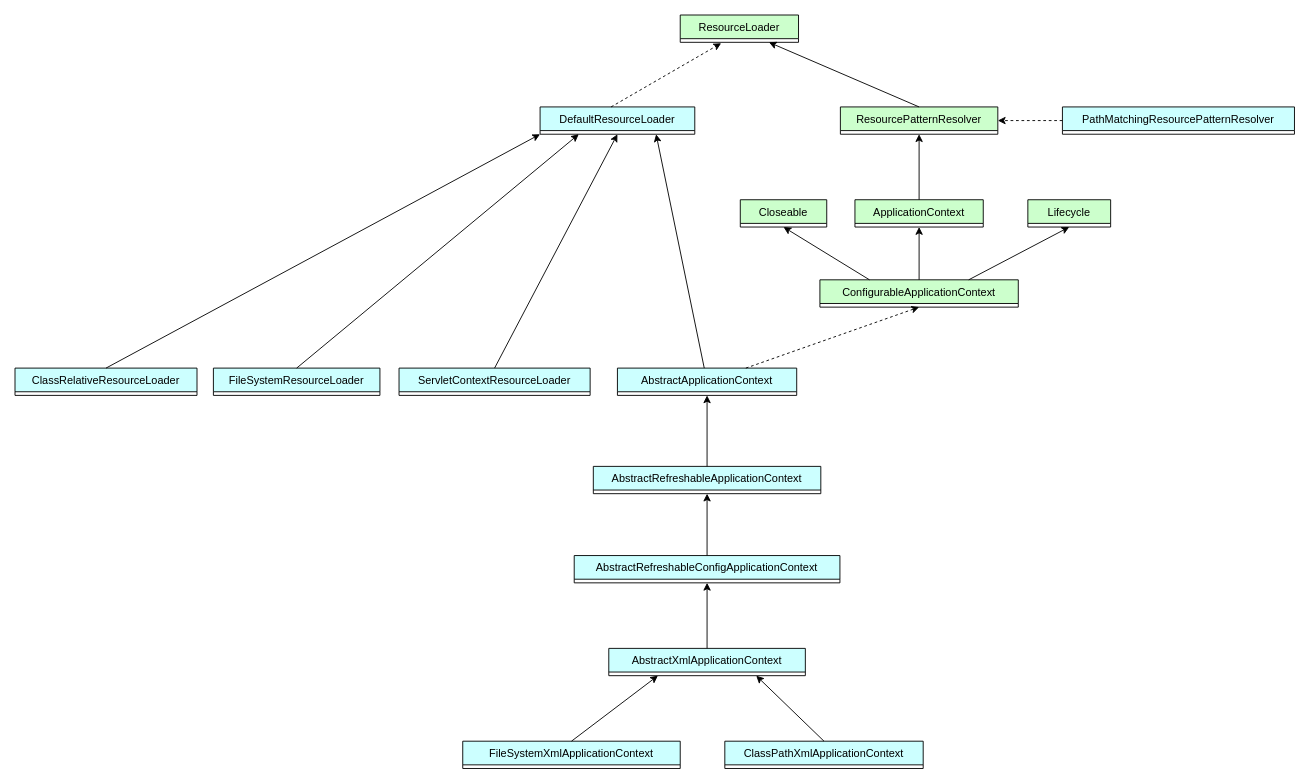
Above: example.drawio in MuggleStar/draw_io (draw.io), before the change. Source tidied: cells renumbered, new cells numbered last; positions are measured from the earlier drawing's top-left corner, leaving out a move shared by most shapes. Both pictures are drawn from the tidied source at 91%, with x=0, y=0 at pixel (15, 15).
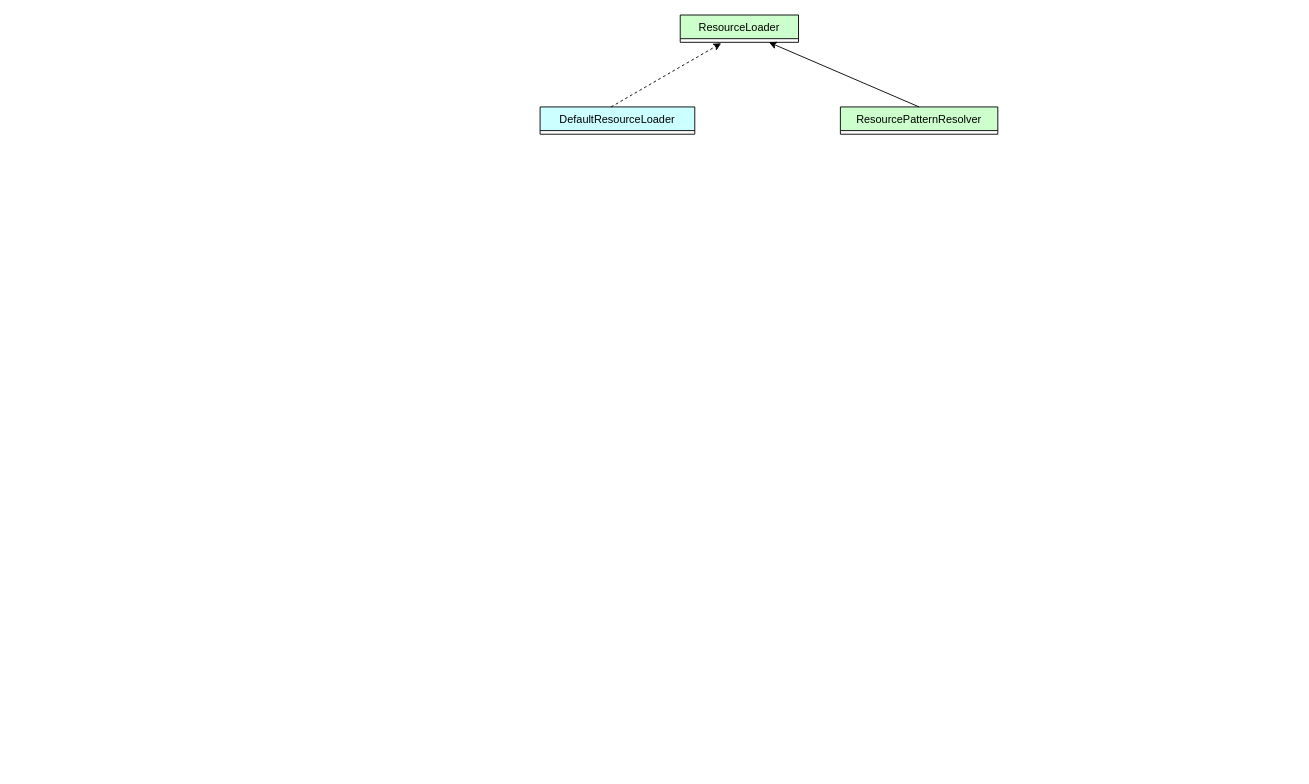
The same diagram, later.

The change refers to these unchanged cells:
```xml
<mxCell id="3" value="DefaultResourceLoader" style="swimlane;fontStyle=0;horizontal=1;startSize=26;fillColor=#CCFFFF;direction=east;strokeColor=default;swimlaneLine=1;glass=0;rounded=0;shadow=0;" parent="1" vertex="1" collapsed="1">
  <mxGeometry x="577" y="101" width="170" height="30" as="geometry" />
</mxCell>
<mxCell id="4" value="ResourcePatternResolver" style="swimlane;fontStyle=0;horizontal=1;startSize=26;fillColor=#CCFFCC;direction=east;strokeColor=default;swimlaneLine=1;glass=0;rounded=0;shadow=0;" parent="1" vertex="1" collapsed="1">
  <mxGeometry x="907" y="101" width="173" height="30" as="geometry" />
</mxCell>
```

Change to the diagram source:
```diff
@@
-    <mxCell id="5" value="PathMatchingResourcePatternResolver" style="swimlane;fontStyle=0;horizontal=1;startSize=26;fillColor=#CCFFFF;direction=east;strokeColor=default;swimlaneLine=1;glass=0;rounded=0;shadow=0;" parent="1" vertex="1" collapsed="1">
-      <mxGeometry x="1151" y="101" width="255" height="30" as="geometry" />
-    </mxCell>
-    <mxCell id="6" value="ApplicationContext" style="swimlane;fontStyle=0;horizontal=1;startSize=26;fillColor=#CCFFCC;direction=east;strokeColor=default;swimlaneLine=1;glass=0;rounded=0;shadow=0;" parent="1" vertex="1" collapsed="1">
-      <mxGeometry x="923" y="203" width="141" height="30" as="geometry" />
-    </mxCell>
-    <mxCell id="7" value="ClassRelativeResourceLoader" style="swimlane;fontStyle=0;horizontal=1;startSize=26;fillColor=#CCFFFF;direction=east;strokeColor=default;swimlaneLine=1;glass=0;rounded=0;shadow=0;" parent="1" vertex="1" collapsed="1">
-      <mxGeometry y="388" width="200" height="30" as="geometry" />
-    </mxCell>
-    <mxCell id="8" value="FileSystemResourceLoader" style="swimlane;fontStyle=0;horizontal=1;startSize=26;fillColor=#CCFFFF;direction=east;strokeColor=default;swimlaneLine=1;glass=0;rounded=0;shadow=0;" parent="1" vertex="1" collapsed="1">
-      <mxGeometry x="218" y="388" width="183" height="30" as="geometry" />
-    </mxCell>
-    <mxCell id="9" value="ServletContextResourceLoader" style="swimlane;fontStyle=0;horizontal=1;startSize=26;fillColor=#CCFFFF;direction=east;strokeColor=default;swimlaneLine=1;glass=0;rounded=0;shadow=0;" parent="1" vertex="1" collapsed="1">
-      <mxGeometry x="422" y="388" width="210" height="30" as="geometry" />
-    </mxCell>
-    <mxCell id="10" value="AbstractApplicationContext" style="swimlane;fontStyle=0;horizontal=1;startSize=26;fillColor=#CCFFFF;direction=east;strokeColor=default;swimlaneLine=1;glass=0;rounded=0;shadow=0;" parent="1" vertex="1" collapsed="1">
-      <mxGeometry x="662" y="388" width="197" height="30" as="geometry" />
-    </mxCell>
-    <mxCell id="11" value="ConfigurableApplicationContext" style="swimlane;fontStyle=0;horizontal=1;startSize=26;fillColor=#CCFFCC;direction=east;strokeColor=default;swimlaneLine=1;glass=0;rounded=0;shadow=0;" parent="1" vertex="1" collapsed="1">
-      <mxGeometry x="884.5" y="291" width="218" height="30" as="geometry" />
-    </mxCell>
-    <mxCell id="12" value="Lifecycle" style="swimlane;fontStyle=0;horizontal=1;startSize=26;fillColor=#CCFFCC;direction=east;strokeColor=default;swimlaneLine=1;glass=0;rounded=0;shadow=0;" parent="1" vertex="1" collapsed="1">
-      <mxGeometry x="1113" y="203" width="91" height="30" as="geometry" />
-    </mxCell>
-    <mxCell id="13" value="Closeable" style="swimlane;fontStyle=0;horizontal=1;startSize=26;fillColor=#CCFFCC;direction=east;strokeColor=default;swimlaneLine=1;glass=0;rounded=0;shadow=0;" parent="1" vertex="1" collapsed="1">
-      <mxGeometry x="797" y="203" width="95" height="30" as="geometry" />
-    </mxCell>
-    <mxCell id="14" value="AbstractRefreshableApplicationContext" style="swimlane;fontStyle=0;horizontal=1;startSize=26;fillColor=#CCFFFF;direction=east;strokeColor=default;swimlaneLine=1;glass=0;rounded=0;shadow=0;" parent="1" vertex="1" collapsed="1">
-      <mxGeometry x="635.5" y="496" width="250" height="30" as="geometry" />
-    </mxCell>
-    <mxCell id="15" value="AbstractRefreshableConfigApplicationContext" style="swimlane;fontStyle=0;horizontal=1;startSize=26;fillColor=#CCFFFF;direction=east;strokeColor=default;swimlaneLine=1;glass=0;rounded=0;shadow=0;" parent="1" vertex="1" collapsed="1">
-      <mxGeometry x="614.5" y="594" width="292" height="30" as="geometry" />
-    </mxCell>
-    <mxCell id="16" value="AbstractXmlApplicationContext" style="swimlane;fontStyle=0;horizontal=1;startSize=26;fillColor=#CCFFFF;direction=east;strokeColor=default;swimlaneLine=1;glass=0;rounded=0;shadow=0;" parent="1" vertex="1" collapsed="1">
-      <mxGeometry x="652.5" y="696" width="216" height="30" as="geometry" />
-    </mxCell>
-    <mxCell id="17" value="ClassPathXmlApplicationContext" style="swimlane;fontStyle=0;horizontal=1;startSize=26;fillColor=#CCFFFF;direction=east;strokeColor=default;swimlaneLine=1;glass=0;rounded=0;shadow=0;" parent="1" vertex="1" collapsed="1">
-      <mxGeometry x="780" y="798" width="218" height="30" as="geometry" />
-    </mxCell>
-    <mxCell id="18" value="FileSystemXmlApplicationContext" style="swimlane;fontStyle=0;horizontal=1;startSize=26;fillColor=#CCFFFF;direction=east;strokeColor=default;swimlaneLine=1;glass=0;rounded=0;shadow=0;" parent="1" vertex="1" collapsed="1">
-      <mxGeometry x="492" y="798" width="239" height="30" as="geometry" />
-    </mxCell>
-    <mxCell id="19" style="endArrow=classic;html=1;rounded=0;entryX=0;entryY=1;entryDx=0;entryDy=0;exitX=0.5;exitY=0;exitDx=0;exitDy=0;" parent="1" edge="1" source="7" target="3">
-      <mxGeometry relative="1" as="geometry" />
-    </mxCell>
-    <mxCell id="20" style="endArrow=classic;html=1;rounded=0;entryX=0.25;entryY=1;entryDx=0;entryDy=0;exitX=0.5;exitY=0;exitDx=0;exitDy=0;" parent="1" edge="1" source="8" target="3">
-      <mxGeometry relative="1" as="geometry" />
-    </mxCell>
-    <mxCell id="21" style="endArrow=classic;html=1;rounded=0;entryX=0.5;entryY=1;entryDx=0;entryDy=0;exitX=0.5;exitY=0;exitDx=0;exitDy=0;" parent="1" edge="1" source="9" target="3">
-      <mxGeometry relative="1" as="geometry" />
-    </mxCell>
-    <mxCell id="22" style="endArrow=classic;html=1;rounded=0;entryX=0.5;entryY=1;entryDx=0;entryDy=0;dashed=1;" parent="1" edge="1" source="10" target="11">
-      <mxGeometry relative="1" as="geometry" />
-    </mxCell>
-    <mxCell id="23" style="endArrow=classic;html=1;rounded=0;entryX=0.75;entryY=1;entryDx=0;entryDy=0;" parent="1" edge="1" source="10" target="3">
-      <mxGeometry relative="1" as="geometry" />
-    </mxCell>
-    <mxCell id="24" style="endArrow=classic;html=1;rounded=0;entryX=0.5;entryY=1;entryDx=0;entryDy=0;exitX=0.5;exitY=0;exitDx=0;exitDy=0;" parent="1" edge="1" source="14" target="10">
-      <mxGeometry relative="1" as="geometry" />
-    </mxCell>
-    <mxCell id="25" style="endArrow=classic;html=1;rounded=0;entryX=0.5;entryY=1;entryDx=0;entryDy=0;exitX=0.5;exitY=0;exitDx=0;exitDy=0;" parent="1" edge="1" source="15" target="14">
-      <mxGeometry relative="1" as="geometry" />
-    </mxCell>
-    <mxCell id="26" style="endArrow=classic;html=1;rounded=0;entryX=0.5;entryY=1;entryDx=0;entryDy=0;exitX=0.5;exitY=0;exitDx=0;exitDy=0;" parent="1" edge="1" source="16" target="15">
-      <mxGeometry relative="1" as="geometry" />
-    </mxCell>
-    <mxCell id="27" style="endArrow=classic;html=1;rounded=0;entryX=0.25;entryY=1;entryDx=0;entryDy=0;exitX=0.5;exitY=0;exitDx=0;exitDy=0;" parent="1" edge="1" source="18" target="16">
-      <mxGeometry relative="1" as="geometry" />
-    </mxCell>
-    <mxCell id="28" style="endArrow=classic;html=1;rounded=0;entryX=0.75;entryY=1;entryDx=0;entryDy=0;exitX=0.5;exitY=0;exitDx=0;exitDy=0;" parent="1" edge="1" source="17" target="16">
-      <mxGeometry relative="1" as="geometry" />
-    </mxCell>
@@
-    <mxCell id="30" style="endArrow=classic;html=1;rounded=0;entryX=0.5;entryY=1;entryDx=0;entryDy=0;exitX=0.5;exitY=0;exitDx=0;exitDy=0;" parent="1" edge="1" source="11" target="6">
-      <mxGeometry relative="1" as="geometry" />
-    </mxCell>
-    <mxCell id="31" style="endArrow=classic;html=1;rounded=0;entryX=0.5;entryY=1;entryDx=0;entryDy=0;exitX=0.5;exitY=0;exitDx=0;exitDy=0;" parent="1" edge="1" source="6" target="4">
-      <mxGeometry relative="1" as="geometry" />
-    </mxCell>
-    <mxCell id="32" style="endArrow=classic;html=1;rounded=0;entryX=1;entryY=0.5;entryDx=0;entryDy=0;exitX=0;exitY=0.5;exitDx=0;exitDy=0;dashed=1;" parent="1" edge="1" source="5" target="4">
-      <mxGeometry relative="1" as="geometry" />
-    </mxCell>
@@
-    <mxCell id="34" style="endArrow=classic;html=1;rounded=0;entryX=0.5;entryY=1;entryDx=0;entryDy=0;exitX=0.25;exitY=0;exitDx=0;exitDy=0;" parent="1" edge="1" source="11" target="13">
-      <mxGeometry relative="1" as="geometry" />
-    </mxCell>
-    <mxCell id="35" style="endArrow=classic;html=1;rounded=0;entryX=0.5;entryY=1;entryDx=0;entryDy=0;exitX=0.75;exitY=0;exitDx=0;exitDy=0;" parent="1" edge="1" source="11" target="12">
-      <mxGeometry relative="1" as="geometry" />
-    </mxCell>
```
